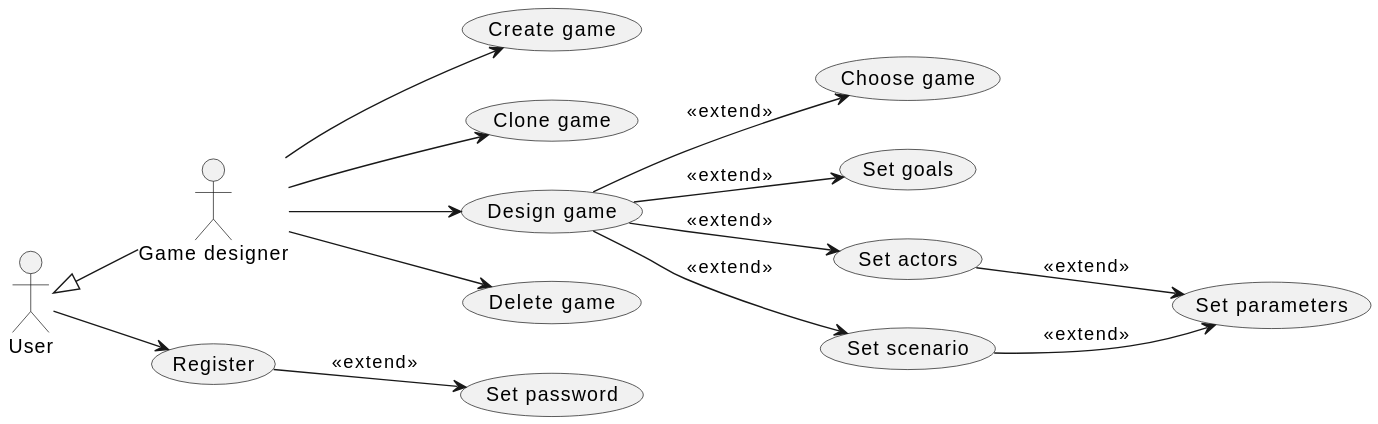
Above: doc/1-use-cases/game-design.svg in averbraeck/gscg-design (PlantUML), before the change.
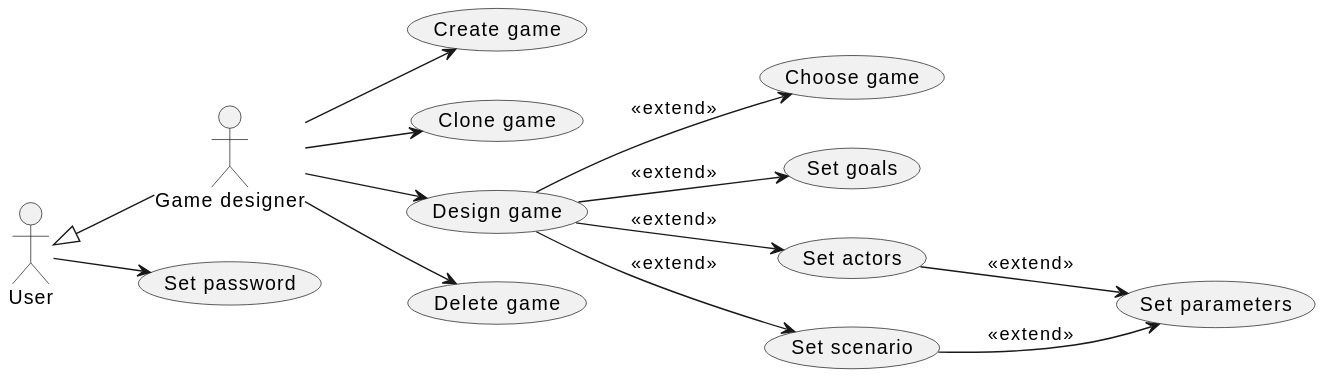
The same file after the commit.

The edit, as a diff of the source:
```diff
@@ -4,8 +4,7 @@
 "Game designer" as GD
 User <|-- GD
 
-User --> (Register)
-(Register) --> (Set password) : << extend >>
+User --> (Set password)
 
 GD --> (Create game)
 
```
